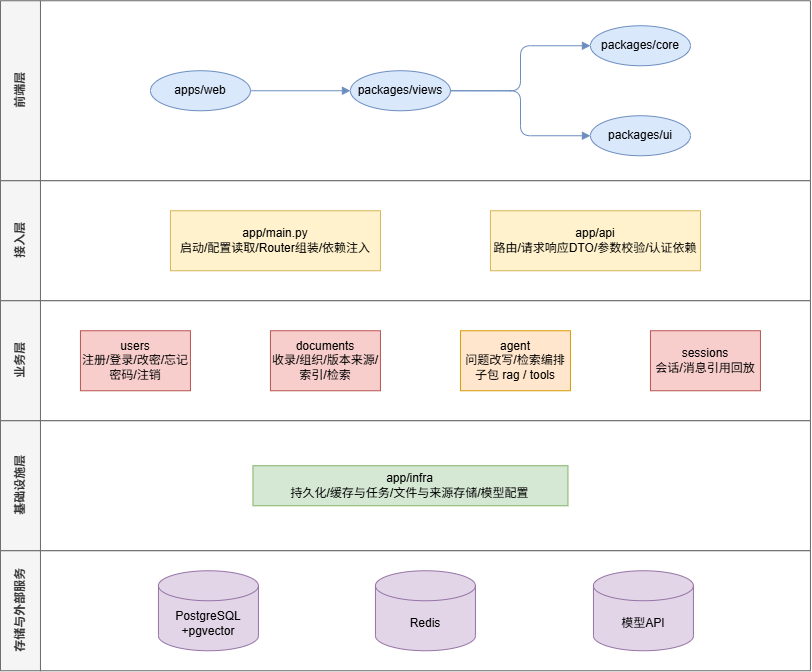
Before: docs/diagrams/architecture.png, a diagram exported from draw.io (yoyo021608/yoyo-knowledge-base). Source tidied: cells renumbered, new cells last; positions are measured from the earlier drawing's top-left corner, leaving out a move shared by most shapes. The source it was exported from:
```xml
<mxGraphModel>
  <root>
    <mxCell id="0" />
    <mxCell id="1" parent="0" />
    <mxCell id="2" value="前端层" style="swimlane;startSize=40;horizontal=0;html=1;swimlaneFillColor=default;fillColor=#f5f5f5;strokeColor=#666666;fontColor=#333333;" parent="1" vertex="1">
      <mxGeometry width="810" height="180" as="geometry" />
    </mxCell>
    <mxCell id="3" value="apps/web" style="ellipse;whiteSpace=wrap;html=1;align=center;fillColor=#dae8fc;strokeColor=#6c8ebf;" parent="2" vertex="1">
      <mxGeometry x="150" y="70" width="100" height="40" as="geometry" />
    </mxCell>
    <mxCell id="4" value="packages/views" style="ellipse;whiteSpace=wrap;html=1;align=center;fillColor=#dae8fc;strokeColor=#6c8ebf;" parent="2" vertex="1">
      <mxGeometry x="350" y="70" width="100" height="40" as="geometry" />
    </mxCell>
    <mxCell id="5" value="packages/core" style="ellipse;whiteSpace=wrap;html=1;align=center;fillColor=#dae8fc;strokeColor=#6c8ebf;" parent="2" vertex="1">
      <mxGeometry x="590" y="25" width="100" height="40" as="geometry" />
    </mxCell>
    <mxCell id="6" value="packages/ui" style="ellipse;whiteSpace=wrap;html=1;align=center;fillColor=#dae8fc;strokeColor=#6c8ebf;" parent="2" vertex="1">
      <mxGeometry x="590" y="115" width="100" height="40" as="geometry" />
    </mxCell>
    <mxCell id="7" style="edgeStyle=orthogonalEdgeStyle;rounded=1;html=1;endArrow=block;endFill=1;strokeColor=#6c8ebf;exitX=1;exitY=0.5;exitDx=0;exitDy=0;entryX=0;entryY=0.5;entryDx=0;entryDy=0;" parent="2" edge="1" source="3" target="4">
      <mxGeometry relative="1" as="geometry" />
    </mxCell>
    <mxCell id="8" style="edgeStyle=orthogonalEdgeStyle;rounded=1;html=1;endArrow=block;endFill=1;strokeColor=#6c8ebf;exitX=1;exitY=0.5;exitDx=0;exitDy=0;entryX=0;entryY=0.5;entryDx=0;entryDy=0;" parent="2" edge="1" source="4" target="5">
      <mxGeometry relative="1" as="geometry" />
    </mxCell>
    <mxCell id="9" style="edgeStyle=orthogonalEdgeStyle;rounded=1;html=1;endArrow=block;endFill=1;strokeColor=#6c8ebf;exitX=1;exitY=0.5;exitDx=0;exitDy=0;entryX=0;entryY=0.5;entryDx=0;entryDy=0;" parent="2" edge="1" source="4" target="6">
      <mxGeometry relative="1" as="geometry" />
    </mxCell>
    <mxCell id="10" value="接入层" style="swimlane;startSize=40;horizontal=0;html=1;fillColor=#f5f5f5;fontColor=#333333;strokeColor=#666666;swimlaneFillColor=default;" parent="1" vertex="1">
      <mxGeometry y="180" width="810" height="120" as="geometry" />
    </mxCell>
    <mxCell id="11" value="app/main.py&lt;div&gt;启动/配置读取/Router组装/依赖注入&lt;/div&gt;" style="whiteSpace=wrap;html=1;align=center;fillColor=#fff2cc;strokeColor=#d6b656;" parent="10" vertex="1">
      <mxGeometry x="170" y="30" width="210" height="60" as="geometry" />
    </mxCell>
    <mxCell id="12" value="app/api&lt;div&gt;路由/请求响应DTO/参数校验/认证依赖&lt;/div&gt;" style="whiteSpace=wrap;html=1;align=center;fillColor=#fff2cc;strokeColor=#d6b656;" parent="10" vertex="1">
      <mxGeometry x="490" y="30" width="210" height="60" as="geometry" />
    </mxCell>
    <mxCell id="13" value="业务层" style="swimlane;startSize=40;horizontal=0;html=1;fillColor=#f5f5f5;fontColor=#333333;strokeColor=#666666;swimlaneFillColor=default;" parent="1" vertex="1">
      <mxGeometry y="300" width="810" height="120" as="geometry" />
    </mxCell>
    <mxCell id="14" value="users&lt;div&gt;注册/登录/改密/忘记密码/注销&lt;/div&gt;" style="whiteSpace=wrap;html=1;align=center;fillColor=#f8cecc;strokeColor=#b85450;" parent="13" vertex="1">
      <mxGeometry x="80" y="30" width="110" height="60" as="geometry" />
    </mxCell>
    <mxCell id="15" value="documents&lt;div&gt;收录/组织/版本来源/索引/检索&lt;/div&gt;" style="whiteSpace=wrap;html=1;align=center;fillColor=#f8cecc;strokeColor=#b85450;" parent="13" vertex="1">
      <mxGeometry x="270" y="30" width="110" height="60" as="geometry" />
    </mxCell>
    <mxCell id="16" value="agent&lt;div&gt;问题改写/检索编排&lt;/div&gt;&lt;div&gt;子包 rag / tools&lt;/div&gt;" style="whiteSpace=wrap;html=1;align=center;fillColor=#ffe6cc;strokeColor=#d79b00;" parent="13" vertex="1">
      <mxGeometry x="460" y="30" width="110" height="60" as="geometry" />
    </mxCell>
    <mxCell id="17" value="sessions&lt;div&gt;会话/消息引用回放&lt;/div&gt;" style="whiteSpace=wrap;html=1;align=center;fillColor=#f8cecc;strokeColor=#b85450;" parent="13" vertex="1">
      <mxGeometry x="650" y="30" width="110" height="60" as="geometry" />
    </mxCell>
    <mxCell id="18" value="基础设施层" style="swimlane;startSize=40;horizontal=0;html=1;fillColor=#f5f5f5;fontColor=#333333;strokeColor=#666666;swimlaneFillColor=default;" parent="1" vertex="1">
      <mxGeometry y="420" width="810" height="130" as="geometry" />
    </mxCell>
    <mxCell id="19" value="app/infra&lt;div&gt;持久化/缓存与任务/文件与来源存储/模型配置&lt;/div&gt;" style="whiteSpace=wrap;html=1;align=center;fillColor=#d5e8d4;strokeColor=#82b366;" parent="18" vertex="1">
      <mxGeometry x="252.5" y="45" width="315" height="40" as="geometry" />
    </mxCell>
    <mxCell id="20" value="存储与外部服务" style="swimlane;startSize=40;horizontal=0;html=1;fillColor=#f5f5f5;fontColor=#333333;strokeColor=#666666;swimlaneFillColor=default;" parent="1" vertex="1">
      <mxGeometry y="550" width="810" height="120" as="geometry" />
    </mxCell>
    <mxCell id="21" value="PostgreSQL&lt;div&gt;+pgvector&lt;/div&gt;" style="shape=cylinder3;whiteSpace=wrap;html=1;boundedLbl=1;backgroundOutline=1;size=15;fillColor=#e1d5e7;strokeColor=#9673a6;" parent="20" vertex="1">
      <mxGeometry x="158" y="20" width="100" height="80" as="geometry" />
    </mxCell>
    <mxCell id="22" value="Redis" style="shape=cylinder3;whiteSpace=wrap;html=1;boundedLbl=1;backgroundOutline=1;size=15;fillColor=#e1d5e7;strokeColor=#9673a6;" parent="20" vertex="1">
      <mxGeometry x="375" y="20" width="100" height="80" as="geometry" />
    </mxCell>
    <mxCell id="23" value="模型API" style="shape=cylinder3;whiteSpace=wrap;html=1;boundedLbl=1;backgroundOutline=1;size=15;fillColor=#e1d5e7;strokeColor=#9673a6;" parent="20" vertex="1">
      <mxGeometry x="593" y="20" width="100" height="80" as="geometry" />
    </mxCell>
  </root>
</mxGraphModel>
```
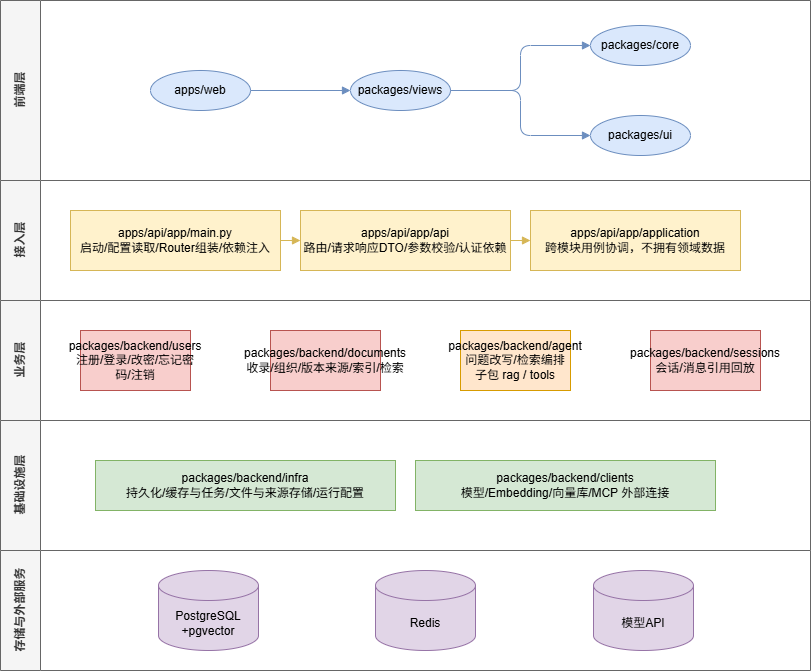
Above is the later version.

The edit, as a diff of the source:
```diff
@@ -29,33 +29,45 @@
     <mxCell id="10" value="接入层" style="swimlane;startSize=40;horizontal=0;html=1;fillColor=#f5f5f5;fontColor=#333333;strokeColor=#666666;swimlaneFillColor=default;" parent="1" vertex="1">
       <mxGeometry y="180" width="810" height="120" as="geometry" />
     </mxCell>
-    <mxCell id="11" value="app/main.py&lt;div&gt;启动/配置读取/Router组装/依赖注入&lt;/div&gt;" style="whiteSpace=wrap;html=1;align=center;fillColor=#fff2cc;strokeColor=#d6b656;" parent="10" vertex="1">
-      <mxGeometry x="170" y="30" width="210" height="60" as="geometry" />
+    <mxCell id="11" value="apps/api/app/main.py&lt;div&gt;启动/配置读取/Router组装/依赖注入&lt;/div&gt;" style="whiteSpace=wrap;html=1;align=center;fillColor=#fff2cc;strokeColor=#d6b656;" parent="10" vertex="1">
+      <mxGeometry x="70" y="30" width="210" height="60" as="geometry" />
     </mxCell>
-    <mxCell id="12" value="app/api&lt;div&gt;路由/请求响应DTO/参数校验/认证依赖&lt;/div&gt;" style="whiteSpace=wrap;html=1;align=center;fillColor=#fff2cc;strokeColor=#d6b656;" parent="10" vertex="1">
-      <mxGeometry x="490" y="30" width="210" height="60" as="geometry" />
+    <mxCell id="12" value="apps/api/app/api&lt;div&gt;路由/请求响应DTO/参数校验/认证依赖&lt;/div&gt;" style="whiteSpace=wrap;html=1;align=center;fillColor=#fff2cc;strokeColor=#d6b656;" parent="10" vertex="1">
+      <mxGeometry x="300" y="30" width="210" height="60" as="geometry" />
     </mxCell>
+    <mxCell id="24" value="apps/api/app/application&lt;div&gt;跨模块用例协调，不拥有领域数据&lt;/div&gt;" style="whiteSpace=wrap;html=1;align=center;fillColor=#fff2cc;strokeColor=#d6b656;" parent="10" vertex="1">
+      <mxGeometry x="530" y="30" width="210" height="60" as="geometry" />
+    </mxCell>
+    <mxCell id="25" style="edgeStyle=orthogonalEdgeStyle;rounded=1;html=1;endArrow=block;endFill=1;strokeColor=#d6b656;" parent="1" edge="1" source="11" target="12">
+      <mxGeometry relative="1" as="geometry" />
+    </mxCell>
+    <mxCell id="26" style="edgeStyle=orthogonalEdgeStyle;rounded=1;html=1;endArrow=block;endFill=1;strokeColor=#d6b656;" parent="1" edge="1" source="12" target="24">
+      <mxGeometry relative="1" as="geometry" />
+    </mxCell>
     <mxCell id="13" value="业务层" style="swimlane;startSize=40;horizontal=0;html=1;fillColor=#f5f5f5;fontColor=#333333;strokeColor=#666666;swimlaneFillColor=default;" parent="1" vertex="1">
       <mxGeometry y="300" width="810" height="120" as="geometry" />
     </mxCell>
-    <mxCell id="14" value="users&lt;div&gt;注册/登录/改密/忘记密码/注销&lt;/div&gt;" style="whiteSpace=wrap;html=1;align=center;fillColor=#f8cecc;strokeColor=#b85450;" parent="13" vertex="1">
+    <mxCell id="14" value="packages/backend/users&lt;div&gt;注册/登录/改密/忘记密码/注销&lt;/div&gt;" style="whiteSpace=wrap;html=1;align=center;fillColor=#f8cecc;strokeColor=#b85450;" parent="13" vertex="1">
       <mxGeometry x="80" y="30" width="110" height="60" as="geometry" />
     </mxCell>
-    <mxCell id="15" value="documents&lt;div&gt;收录/组织/版本来源/索引/检索&lt;/div&gt;" style="whiteSpace=wrap;html=1;align=center;fillColor=#f8cecc;strokeColor=#b85450;" parent="13" vertex="1">
+    <mxCell id="15" value="packages/backend/documents&lt;div&gt;收录/组织/版本来源/索引/检索&lt;/div&gt;" style="whiteSpace=wrap;html=1;align=center;fillColor=#f8cecc;strokeColor=#b85450;" parent="13" vertex="1">
       <mxGeometry x="270" y="30" width="110" height="60" as="geometry" />
     </mxCell>
-    <mxCell id="16" value="agent&lt;div&gt;问题改写/检索编排&lt;/div&gt;&lt;div&gt;子包 rag / tools&lt;/div&gt;" style="whiteSpace=wrap;html=1;align=center;fillColor=#ffe6cc;strokeColor=#d79b00;" parent="13" vertex="1">
+    <mxCell id="16" value="packages/backend/agent&lt;div&gt;问题改写/检索编排&lt;/div&gt;&lt;div&gt;子包 rag / tools&lt;/div&gt;" style="whiteSpace=wrap;html=1;align=center;fillColor=#ffe6cc;strokeColor=#d79b00;" parent="13" vertex="1">
       <mxGeometry x="460" y="30" width="110" height="60" as="geometry" />
     </mxCell>
-    <mxCell id="17" value="sessions&lt;div&gt;会话/消息引用回放&lt;/div&gt;" style="whiteSpace=wrap;html=1;align=center;fillColor=#f8cecc;strokeColor=#b85450;" parent="13" vertex="1">
+    <mxCell id="17" value="packages/backend/sessions&lt;div&gt;会话/消息引用回放&lt;/div&gt;" style="whiteSpace=wrap;html=1;align=center;fillColor=#f8cecc;strokeColor=#b85450;" parent="13" vertex="1">
       <mxGeometry x="650" y="30" width="110" height="60" as="geometry" />
     </mxCell>
     <mxCell id="18" value="基础设施层" style="swimlane;startSize=40;horizontal=0;html=1;fillColor=#f5f5f5;fontColor=#333333;strokeColor=#666666;swimlaneFillColor=default;" parent="1" vertex="1">
       <mxGeometry y="420" width="810" height="130" as="geometry" />
     </mxCell>
-    <mxCell id="19" value="app/infra&lt;div&gt;持久化/缓存与任务/文件与来源存储/模型配置&lt;/div&gt;" style="whiteSpace=wrap;html=1;align=center;fillColor=#d5e8d4;strokeColor=#82b366;" parent="18" vertex="1">
-      <mxGeometry x="252.5" y="45" width="315" height="40" as="geometry" />
+    <mxCell id="19" value="packages/backend/infra&lt;div&gt;持久化/缓存与任务/文件与来源存储/运行配置&lt;/div&gt;" style="whiteSpace=wrap;html=1;align=center;fillColor=#d5e8d4;strokeColor=#82b366;" parent="18" vertex="1">
+      <mxGeometry x="95" y="40" width="300" height="50" as="geometry" />
     </mxCell>
+    <mxCell id="27" value="packages/backend/clients&lt;div&gt;模型/Embedding/向量库/MCP 外部连接&lt;/div&gt;" style="whiteSpace=wrap;html=1;align=center;fillColor=#d5e8d4;strokeColor=#82b366;" parent="18" vertex="1">
+      <mxGeometry x="415" y="40" width="300" height="50" as="geometry" />
+    </mxCell>
     <mxCell id="20" value="存储与外部服务" style="swimlane;startSize=40;horizontal=0;html=1;fillColor=#f5f5f5;fontColor=#333333;strokeColor=#666666;swimlaneFillColor=default;" parent="1" vertex="1">
       <mxGeometry y="550" width="810" height="120" as="geometry" />
     </mxCell>
```
